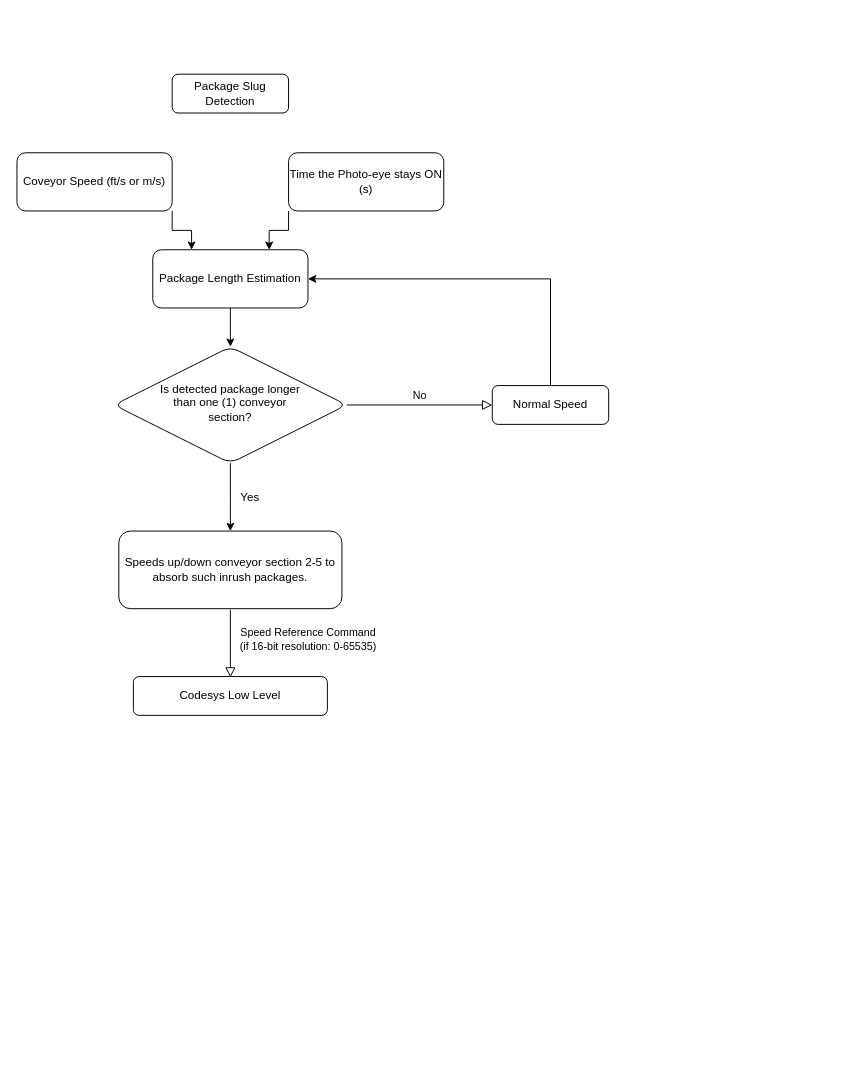
Before: Process WorkFlows.drawio in bactran1/AMZ-FlowControl, a draw.io diagram. Source tidied: cells renumbered, new cells numbered last; positions are measured from the earlier drawing's top-left corner, leaving out a move shared by most shapes. Both pictures are drawn from the tidied source at 97%, with x=0, y=0 at pixel (16, 74).
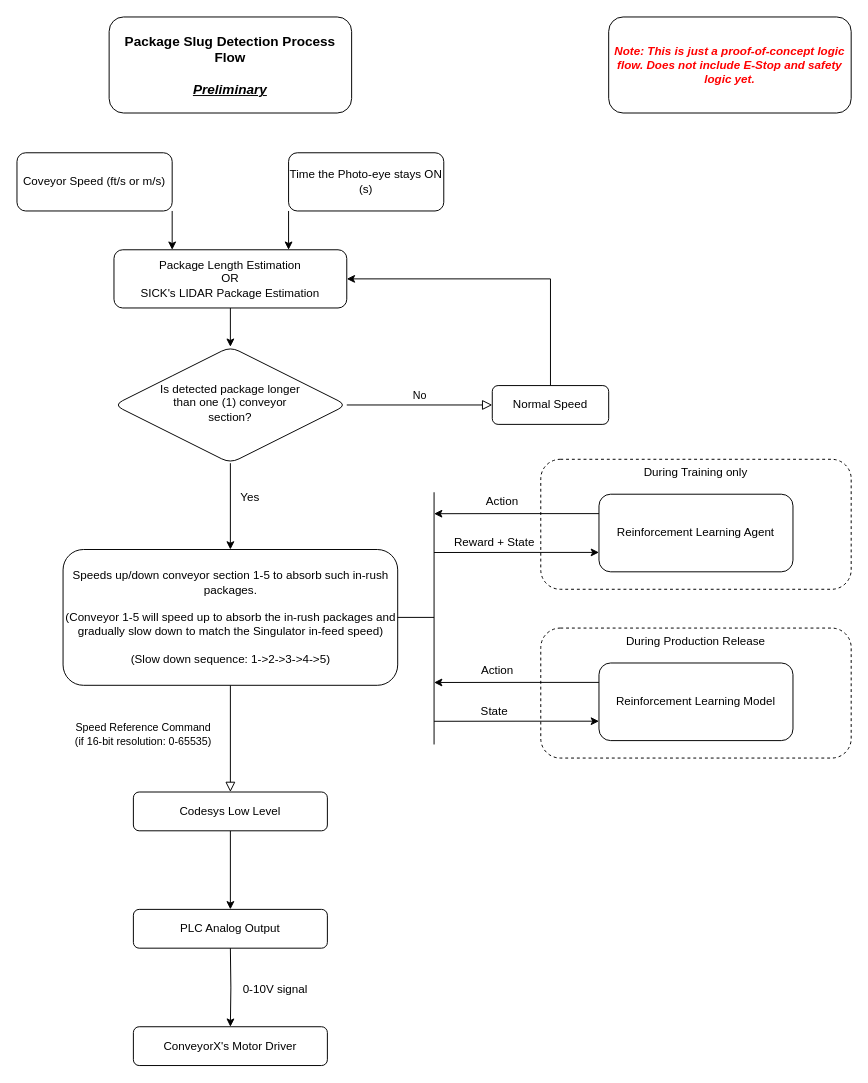
The same page after the edit.

Unchanged cells that the change refers to:
```xml
<mxCell id="5" value="&lt;blockquote&gt;Is detected package longer than one (1) conveyor section?&lt;/blockquote&gt;" style="rhombus;whiteSpace=wrap;html=1;shadow=0;fontFamily=Helvetica;fontSize=12;align=center;strokeWidth=1;spacing=6;spacingTop=-4;rounded=1;" parent="1" vertex="1">
  <mxGeometry x="100" y="281" width="240" height="120" as="geometry" />
</mxCell>
```

Diff of the diagram source:
```diff
@@
+    <mxCell id="18" value="During Training only" style="rounded=1;whiteSpace=wrap;html=1;dashed=1;labelPosition=center;verticalLabelPosition=middle;align=center;verticalAlign=top;" parent="1" vertex="1">
+      <mxGeometry x="540" y="397" width="320" height="134" as="geometry" />
+    </mxCell>
-    <mxCell id="2" value="Package Slug Detection" style="rounded=1;whiteSpace=wrap;html=1;fontSize=12;glass=0;strokeWidth=1;shadow=0;" parent="1" vertex="1">
-      <mxGeometry x="160" width="120" height="40" as="geometry" />
+    <mxCell id="2" value="&lt;b&gt;&lt;font style=&quot;font-size: 14px;&quot;&gt;Package Slug Detection Process Flow&lt;br&gt;&lt;br&gt;&lt;/font&gt;&lt;/b&gt;&lt;div&gt;&lt;b&gt;&lt;font style=&quot;font-size: 14px;&quot;&gt;&lt;u&gt;&lt;i&gt;Preliminary&lt;/i&gt;&lt;/u&gt;&lt;/font&gt;&lt;/b&gt;&lt;/div&gt;" style="rounded=1;whiteSpace=wrap;html=1;fontSize=12;glass=0;strokeWidth=1;shadow=0;" parent="1" vertex="1">
+      <mxGeometry x="95" y="-59" width="250" height="99" as="geometry" />
     </mxCell>
@@
-    <mxCell id="4" style="edgeStyle=orthogonalEdgeStyle;rounded=0;jettySize=auto;html=1;" parent="1" edge="1" source="5">
-      <mxGeometry relative="1" as="geometry">
-        <mxPoint x="220" y="471" as="targetPoint" />
-      </mxGeometry>
+    <mxCell id="4" style="edgeStyle=orthogonalEdgeStyle;rounded=0;jettySize=auto;html=1;entryX=0.5;entryY=0;entryDx=0;entryDy=0;" parent="1" edge="1" source="5" target="17">
+      <mxGeometry relative="1" as="geometry" />
     </mxCell>
@@
-    <mxCell id="8" value="Speed Reference Command &lt;br&gt;(if 16-bit resolution: 0-65535)" style="rounded=0;html=1;jettySize=auto;orthogonalLoop=1;fontSize=11;endArrow=block;endFill=0;endSize=8;strokeWidth=1;shadow=0;labelBackgroundColor=none;edgeStyle=orthogonalEdgeStyle;" parent="1" edge="1">
-      <mxGeometry x="-0.12" y="80" relative="1" as="geometry">
-        <mxPoint x="220" y="552" as="sourcePoint" />
-        <mxPoint x="220" y="622" as="targetPoint" />
-      </mxGeometry>
+    <mxCell id="8" value="Speed Reference Command &lt;br&gt;(if 16-bit resolution: 0-65535)" style="rounded=0;html=1;jettySize=auto;fontSize=11;endArrow=block;endFill=0;endSize=8;strokeWidth=1;shadow=0;labelBackgroundColor=none;edgeStyle=orthogonalEdgeStyle;entryX=0.5;entryY=0;entryDx=0;entryDy=0;exitX=0.5;exitY=1;exitDx=0;exitDy=0;" parent="1" edge="1" source="17" target="9">
+      <mxGeometry x="-0.07" y="-90" relative="1" as="geometry" />
     </mxCell>
+    <mxCell id="19" style="edgeStyle=orthogonalEdgeStyle;rounded=0;jettySize=auto;html=1;" parent="1" edge="1" source="9" target="33">
+      <mxGeometry relative="1" as="geometry" />
+    </mxCell>
     <mxCell id="9" value="Codesys Low Level" style="rounded=1;whiteSpace=wrap;html=1;fontSize=12;glass=0;strokeWidth=1;shadow=0;" parent="1" vertex="1">
-      <mxGeometry x="120" y="621" width="200" height="40" as="geometry" />
+      <mxGeometry x="120" y="740" width="200" height="40" as="geometry" />
     </mxCell>
@@
-    <mxCell id="15" value="Package Length Estimation" style="rounded=1;whiteSpace=wrap;html=1;fontSize=12;glass=0;strokeWidth=1;shadow=0;" parent="1" vertex="1">
-      <mxGeometry x="140" y="181" width="160" height="60" as="geometry" />
+    <mxCell id="15" value="Package Length Estimation&lt;br&gt;OR&lt;br&gt;SICK's LIDAR Package Estimation" style="rounded=1;whiteSpace=wrap;html=1;fontSize=12;glass=0;strokeWidth=1;shadow=0;" parent="1" vertex="1">
+      <mxGeometry x="100" y="181" width="240" height="60" as="geometry" />
     </mxCell>
@@
-    <mxCell id="17" value="Speeds up/down conveyor section 2-5 to absorb such inrush packages." style="rounded=1;whiteSpace=wrap;html=1;fontSize=12;glass=0;strokeWidth=1;shadow=0;" parent="1" vertex="1">
-      <mxGeometry x="105" y="471" width="230" height="80" as="geometry" />
+    <mxCell id="17" value="Speeds up/down conveyor section 1-5 to absorb such in-rush packages.&lt;br&gt;&lt;br&gt;&lt;div&gt;(Conveyor 1-5 will speed up to absorb the in-rush packages and gradually slow down to match the Singulator in-feed speed)&lt;/div&gt;&lt;div&gt;&lt;br&gt;&lt;/div&gt;&lt;div&gt;(Slow down sequence: 1-&amp;gt;2-&amp;gt;3-&amp;gt;4-&amp;gt;5)&lt;br&gt;&lt;/div&gt;" style="rounded=1;whiteSpace=wrap;html=1;fontSize=12;glass=0;strokeWidth=1;shadow=0;" parent="1" vertex="1">
+      <mxGeometry x="47.5" y="490" width="345" height="140" as="geometry" />
     </mxCell>
+    <mxCell id="20" style="edgeStyle=orthogonalEdgeStyle;rounded=0;jettySize=auto;html=1;exitX=0;exitY=0.25;exitDx=0;exitDy=0;" parent="1" edge="1" source="22">
+      <mxGeometry relative="1" as="geometry">
+        <mxPoint x="430" y="453.1" as="targetPoint" />
+      </mxGeometry>
+    </mxCell>
+    <mxCell id="21" style="edgeStyle=orthogonalEdgeStyle;rounded=0;jettySize=auto;html=1;exitX=0;exitY=0.75;exitDx=0;exitDy=0;startArrow=classic;startFill=1;endArrow=none;endFill=0;" parent="1" edge="1" source="22">
+      <mxGeometry relative="1" as="geometry">
+        <mxPoint x="430" y="493.1" as="targetPoint" />
+      </mxGeometry>
+    </mxCell>
+    <mxCell id="22" value="Reinforcement Learning Agent" style="rounded=1;whiteSpace=wrap;html=1;fontSize=12;glass=0;strokeWidth=1;shadow=0;" parent="1" vertex="1">
+      <mxGeometry x="600" y="433" width="200" height="80" as="geometry" />
+    </mxCell>
+    <mxCell id="23" value="&lt;div&gt;Action&lt;/div&gt;" style="text;html=1;align=center;verticalAlign=middle;strokeColor=none;fillColor=none;" parent="1" vertex="1">
+      <mxGeometry x="470" y="426" width="60" height="30" as="geometry" />
+    </mxCell>
+    <mxCell id="24" value="Reward + State" style="text;html=1;align=center;verticalAlign=middle;strokeColor=none;fillColor=none;" parent="1" vertex="1">
+      <mxGeometry x="437" y="468" width="110" height="30" as="geometry" />
+    </mxCell>
+    <mxCell id="25" value="During Production Release" style="rounded=1;whiteSpace=wrap;html=1;dashed=1;labelPosition=center;verticalLabelPosition=middle;align=center;verticalAlign=top;" parent="1" vertex="1">
+      <mxGeometry x="540" y="571" width="320" height="134" as="geometry" />
+    </mxCell>
+    <mxCell id="26" style="edgeStyle=orthogonalEdgeStyle;rounded=0;jettySize=auto;html=1;exitX=0;exitY=0.25;exitDx=0;exitDy=0;" parent="1" edge="1" source="28">
+      <mxGeometry relative="1" as="geometry">
+        <mxPoint x="430" y="627.1" as="targetPoint" />
+      </mxGeometry>
+    </mxCell>
+    <mxCell id="27" style="edgeStyle=orthogonalEdgeStyle;rounded=0;jettySize=auto;html=1;exitX=0;exitY=0.75;exitDx=0;exitDy=0;startArrow=classic;startFill=1;endArrow=none;endFill=0;" parent="1" edge="1" source="28">
+      <mxGeometry relative="1" as="geometry">
+        <mxPoint x="430" y="667.1" as="targetPoint" />
+      </mxGeometry>
+    </mxCell>
+    <mxCell id="28" value="Reinforcement Learning Model" style="rounded=1;whiteSpace=wrap;html=1;fontSize=12;glass=0;strokeWidth=1;shadow=0;" parent="1" vertex="1">
+      <mxGeometry x="600" y="607" width="200" height="80" as="geometry" />
+    </mxCell>
+    <mxCell id="29" value="&lt;div&gt;Action&lt;/div&gt;" style="text;html=1;align=center;verticalAlign=middle;strokeColor=none;fillColor=none;" parent="1" vertex="1">
+      <mxGeometry x="465" y="600" width="60" height="30" as="geometry" />
+    </mxCell>
+    <mxCell id="30" value="State" style="text;html=1;align=center;verticalAlign=middle;strokeColor=none;fillColor=none;" parent="1" vertex="1">
+      <mxGeometry x="467" y="642" width="50" height="30" as="geometry" />
+    </mxCell>
+    <mxCell id="31" style="endArrow=none;html=1;rounded=0;" parent="1" edge="1">
+      <mxGeometry relative="1" as="geometry">
+        <mxPoint x="430" y="691" as="sourcePoint" />
+        <mxPoint x="430" y="431" as="targetPoint" />
+      </mxGeometry>
+    </mxCell>
+    <mxCell id="32" style="endArrow=none;html=1;rounded=0;exitX=1;exitY=0.5;exitDx=0;exitDy=0;" parent="1" edge="1" source="17">
+      <mxGeometry relative="1" as="geometry">
+        <mxPoint x="430" y="560" as="targetPoint" />
+      </mxGeometry>
+    </mxCell>
+    <mxCell id="33" value="PLC Analog Output" style="rounded=1;whiteSpace=wrap;html=1;fontSize=12;glass=0;strokeWidth=1;shadow=0;" parent="1" vertex="1">
+      <mxGeometry x="120" y="861" width="200" height="40" as="geometry" />
+    </mxCell>
+    <mxCell id="34" style="edgeStyle=orthogonalEdgeStyle;rounded=0;jettySize=auto;html=1;" parent="1" edge="1" target="35">
+      <mxGeometry relative="1" as="geometry">
+        <mxPoint x="220" y="901" as="sourcePoint" />
+      </mxGeometry>
+    </mxCell>
+    <mxCell id="35" value="ConveyorX's Motor Driver" style="rounded=1;whiteSpace=wrap;html=1;fontSize=12;glass=0;strokeWidth=1;shadow=0;" parent="1" vertex="1">
+      <mxGeometry x="120" y="982" width="200" height="40" as="geometry" />
+    </mxCell>
+    <mxCell id="36" value="0-10V signal" style="text;html=1;align=center;verticalAlign=middle;strokeColor=none;fillColor=none;" parent="1" vertex="1">
+      <mxGeometry x="221" y="929" width="90" height="30" as="geometry" />
+    </mxCell>
+    <mxCell id="37" value="&lt;i&gt;&lt;b&gt;&lt;font style=&quot;font-size: 12px;&quot; color=&quot;#ff0000&quot;&gt;Note: This is just a proof-of-concept logic flow. Does not include E-Stop and safety logic yet.&lt;br&gt;&lt;/font&gt;&lt;/b&gt;&lt;/i&gt;" style="rounded=1;whiteSpace=wrap;html=1;fontSize=12;glass=0;strokeWidth=1;shadow=0;" parent="1" vertex="1">
+      <mxGeometry x="610" y="-59" width="250" height="99" as="geometry" />
+    </mxCell>
```
